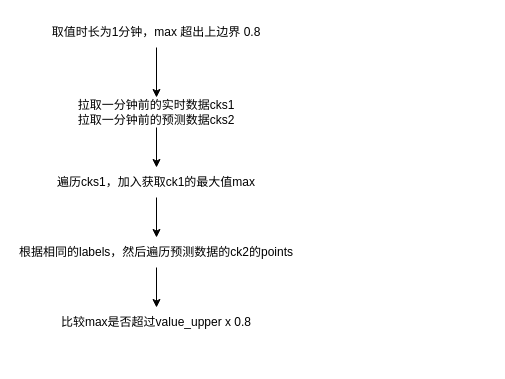
wupei-w/diagrams keeps this draw.io diagram as dynamic-alert.drawio. Above is the earlier version. Source tidied: cells renumbered, new cells numbered last; positions are measured from the earlier drawing's top-left corner, leaving out a move shared by most shapes. Both pictures are drawn from the tidied source at 100%, with x=0, y=0 at pixel (17, 17).
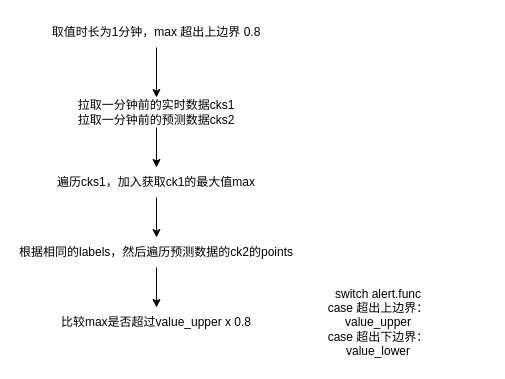
After the change.

The edit, as a diff of the source:
```diff
@@
 <mxGraphModel>
   <root>
     <mxCell id="0" />
     <mxCell id="1" parent="0" />
     <mxCell id="2" style="edgeStyle=orthogonalEdgeStyle;rounded=0;jettySize=auto;html=1;" parent="1" edge="1" source="3" target="5">
       <mxGeometry relative="1" as="geometry" />
     </mxCell>
     <mxCell id="3" value="取值时长为1分钟，max 超出上边界 0.8" style="text;html=1;strokeColor=none;fillColor=none;align=center;verticalAlign=middle;whiteSpace=wrap;rounded=0;" parent="1" vertex="1">
       <mxGeometry x="14" width="250" height="30" as="geometry" />
     </mxCell>
     <mxCell id="4" style="edgeStyle=orthogonalEdgeStyle;rounded=0;jettySize=auto;html=1;" parent="1" edge="1" source="5" target="7">
       <mxGeometry relative="1" as="geometry" />
     </mxCell>
     <mxCell id="5" value="拉取一分钟前的实时数据cks1&lt;br&gt;拉取一分钟前的预测数据cks2" style="text;html=1;strokeColor=none;fillColor=none;align=center;verticalAlign=middle;whiteSpace=wrap;rounded=0;" parent="1" vertex="1">
       <mxGeometry x="46" y="80" width="186" height="30" as="geometry" />
     </mxCell>
     <mxCell id="6" style="edgeStyle=orthogonalEdgeStyle;rounded=0;jettySize=auto;html=1;" parent="1" edge="1" source="7" target="9">
       <mxGeometry relative="1" as="geometry" />
     </mxCell>
     <mxCell id="7" value="遍历cks1，加入获取ck1的最大值max" style="text;html=1;strokeColor=none;fillColor=none;align=center;verticalAlign=middle;whiteSpace=wrap;rounded=0;" parent="1" vertex="1">
       <mxGeometry x="27" y="150" width="224" height="30" as="geometry" />
     </mxCell>
     <mxCell id="8" style="edgeStyle=orthogonalEdgeStyle;rounded=0;jettySize=auto;html=1;" parent="1" edge="1" source="9" target="10">
       <mxGeometry relative="1" as="geometry" />
     </mxCell>
     <mxCell id="9" value="根据相同的labels，然后遍历预测数据的ck2的points" style="text;html=1;strokeColor=none;fillColor=none;align=center;verticalAlign=middle;whiteSpace=wrap;rounded=0;" parent="1" vertex="1">
       <mxGeometry y="220" width="278" height="30" as="geometry" />
     </mxCell>
     <mxCell id="10" value="比较max是否超过value_upper x 0.8" style="text;html=1;strokeColor=none;fillColor=none;align=center;verticalAlign=middle;whiteSpace=wrap;rounded=0;" parent="1" vertex="1">
       <mxGeometry x="42" y="290" width="194" height="30" as="geometry" />
     </mxCell>
+    <mxCell id="11" value="switch alert.func&lt;br&gt;case 超出上边界：&lt;br&gt;value_upper&lt;br&gt;case 超出下边界：&lt;br&gt;value_lower" style="text;html=1;strokeColor=none;fillColor=none;align=center;verticalAlign=middle;whiteSpace=wrap;rounded=0;" parent="1" vertex="1">
+      <mxGeometry x="251" y="265" width="220" height="80" as="geometry" />
+    </mxCell>
   </root>
 </mxGraphModel>
```
